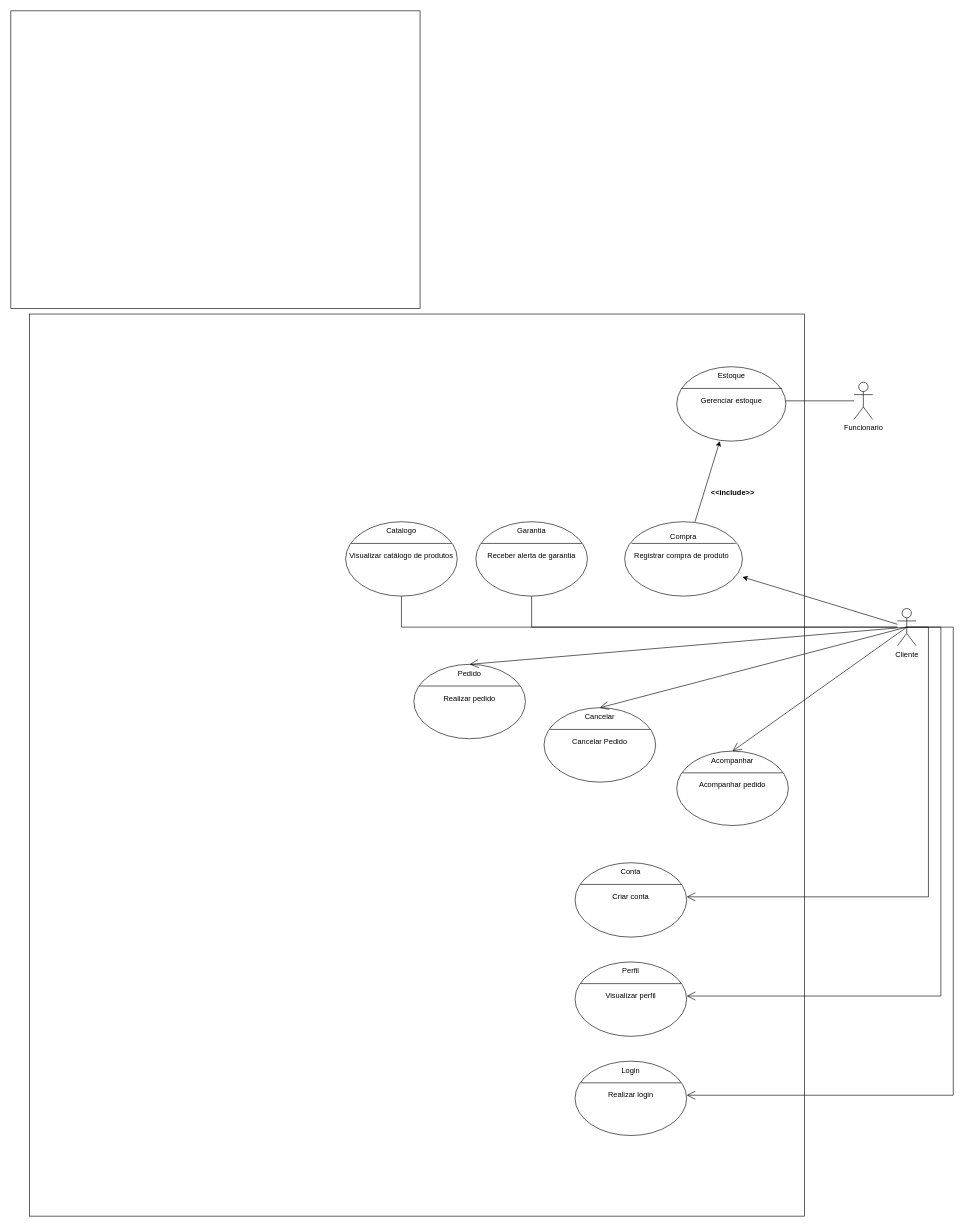
The draw.io diagram APS1.drawio in Seraphiimz/Diagrams, before the edit. Source tidied: cells renumbered, new cells numbered last; positions are measured from the earlier drawing's top-left corner, leaving out a move shared by most shapes. Both pictures are drawn from the tidied source at 62%, with x=0, y=0 at pixel (11, 11).
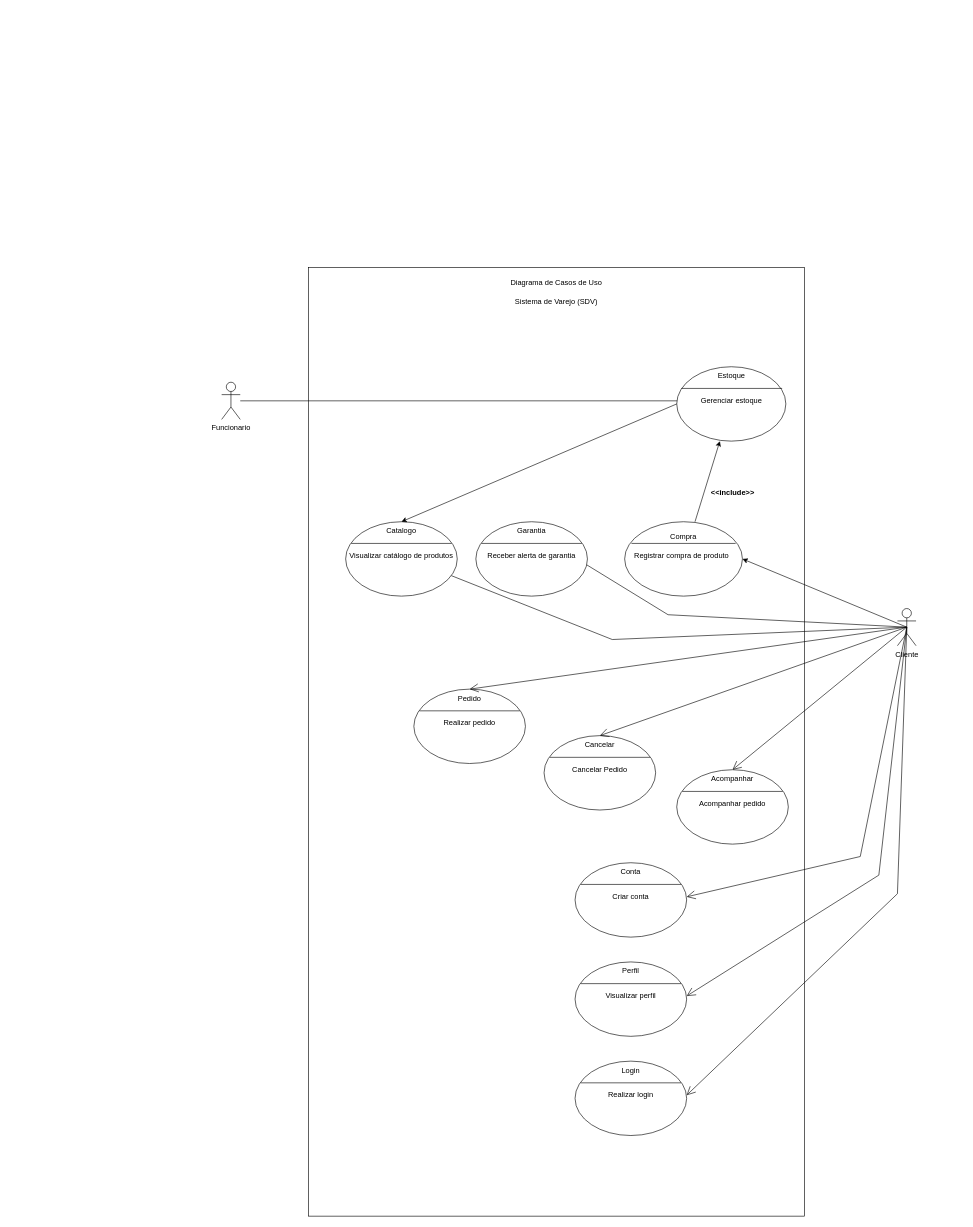
The same diagram, later.

The change refers to these unchanged cells:
```xml
<mxCell id="6" value="Cliente&lt;br&gt;" style="shape=umlActor;verticalLabelPosition=bottom;verticalAlign=top;html=1;" parent="1" vertex="1">
  <mxGeometry x="1430" y="964" width="30" height="60" as="geometry" />
</mxCell>
<mxCell id="9" style="shape=ellipse;horizontal=1;html=1;dashed=0;" parent="1" vertex="1">
  <mxGeometry x="1074" y="574" width="176" height="120" as="geometry" />
</mxCell>
<mxCell id="14" value="Catalogo" style="html=1;strokeColor=none;fillColor=none;align=center;verticalAlign=middle;whiteSpace=wrap;" parent="13" vertex="1">
  <mxGeometry width="180" height="30" as="geometry" />
</mxCell>
<mxCell id="16" value="Visualizar catálogo de produtos" style="text;html=1;align=center;verticalAlign=middle;fillColor=none;strokeColor=none;whiteSpace=wrap;" parent="13" vertex="1">
  <mxGeometry y="40" width="180" height="30" as="geometry" />
</mxCell>
<mxCell id="18" value="Garantia" style="html=1;strokeColor=none;fillColor=none;align=center;verticalAlign=middle;whiteSpace=wrap;" parent="17" vertex="1">
  <mxGeometry width="180" height="30" as="geometry" />
</mxCell>
<mxCell id="21" style="shape=ellipse;horizontal=1;html=1;dashed=0;" parent="1" vertex="1">
  <mxGeometry x="990" y="824" width="190" height="120" as="geometry" />
</mxCell>
<mxCell id="41" value="Criar conta" style="text;html=1;align=center;verticalAlign=middle;fillColor=none;strokeColor=none;whiteSpace=wrap;" parent="38" vertex="1">
  <mxGeometry y="40" width="180" height="30" as="geometry" />
</mxCell>
<mxCell id="45" value="Realizar login" style="text;html=1;align=center;verticalAlign=middle;fillColor=none;strokeColor=none;whiteSpace=wrap;" parent="42" vertex="1">
  <mxGeometry y="40" width="180" height="30" as="geometry" />
</mxCell>
<mxCell id="49" value="Visualizar perfil" style="text;html=1;align=center;verticalAlign=middle;fillColor=none;strokeColor=none;whiteSpace=wrap;" parent="46" vertex="1">
  <mxGeometry y="40" width="180" height="30" as="geometry" />
</mxCell>
```

Change to the diagram source:
```diff
@@
     <mxCell id="2" style="rounded=0;whiteSpace=wrap;html=1;" parent="1" vertex="1">
-      <mxGeometry x="30" y="489" width="1250" height="1455" as="geometry" />
+      <mxGeometry x="480" y="414" width="800" height="1530" as="geometry" />
     </mxCell>
-    <mxCell id="3" style="rounded=0;jettySize=auto;html=1;" parent="1" edge="1" source="6" target="21">
+    <mxCell id="3" style="rounded=0;jettySize=auto;html=1;exitX=0.5;exitY=0.5;exitDx=0;exitDy=0;exitPerimeter=0;entryX=1;entryY=0.5;entryDx=0;entryDy=0;" parent="1" edge="1" source="6" target="21">
       <mxGeometry relative="1" as="geometry" />
     </mxCell>
-    <mxCell id="4" style="edgeStyle=orthogonalEdgeStyle;rounded=0;jettySize=auto;html=1;" parent="1" edge="1" source="6" target="16">
-      <mxGeometry relative="1" as="geometry" />
+    <mxCell id="4" style="rounded=0;jettySize=auto;html=1;exitX=0.5;exitY=0.5;exitDx=0;exitDy=0;exitPerimeter=0;" parent="1" edge="1" source="6" target="16">
+      <mxGeometry relative="1" as="geometry">
+        <Array as="points">
+          <mxPoint x="970" y="1014" />
+        </Array>
+      </mxGeometry>
     </mxCell>
-    <mxCell id="5" style="edgeStyle=orthogonalEdgeStyle;rounded=0;jettySize=auto;html=1;" parent="1" edge="1" source="6" target="18">
-      <mxGeometry relative="1" as="geometry" />
+    <mxCell id="5" style="rounded=0;jettySize=auto;html=1;exitX=0.5;exitY=0.5;exitDx=0;exitDy=0;exitPerimeter=0;" parent="1" edge="1" source="6" target="18">
+      <mxGeometry relative="1" as="geometry">
+        <Array as="points">
+          <mxPoint x="1060" y="974" />
+        </Array>
+      </mxGeometry>
     </mxCell>
@@
     <mxCell id="8" value="Funcionario" style="shape=umlActor;verticalLabelPosition=bottom;verticalAlign=top;html=1;" parent="1" vertex="1">
-      <mxGeometry x="1360" y="599" width="30" height="60" as="geometry" />
+      <mxGeometry x="340" y="599" width="30" height="60" as="geometry" />
     </mxCell>
@@
-    <mxCell id="25" style="rounded=0;whiteSpace=wrap;html=1;" parent="1" vertex="1">
-      <mxGeometry width="660" height="480" as="geometry" />
-    </mxCell>
     <mxCell id="26" style="shape=ellipse;horizontal=1;html=1;dashed=0;" parent="1" vertex="1">
-      <mxGeometry x="650" y="1054" width="180" height="120" as="geometry" />
+      <mxGeometry x="650" y="1094" width="180" height="120" as="geometry" />
     </mxCell>
@@
     <mxCell id="30" style="shape=ellipse;horizontal=1;html=1;dashed=0;" parent="1" vertex="1">
-      <mxGeometry x="860" y="1124" width="180" height="120" as="geometry" />
+      <mxGeometry x="860" y="1169" width="180" height="120" as="geometry" />
     </mxCell>
@@
     <mxCell id="34" style="shape=ellipse;horizontal=1;html=1;dashed=0;" parent="1" vertex="1">
-      <mxGeometry x="1074" y="1194" width="180" height="120" as="geometry" />
+      <mxGeometry x="1074" y="1224" width="180" height="120" as="geometry" />
     </mxCell>
@@
-    <mxCell id="55" style="endArrow=open;endFill=1;endSize=12;html=1;rounded=0;exitX=0.5;exitY=0.5;exitDx=0;exitDy=0;exitPerimeter=0;entryX=1;entryY=0.5;entryDx=0;entryDy=0;edgeStyle=orthogonalEdgeStyle;" parent="1" edge="1" source="6" target="41">
+    <mxCell id="55" style="endArrow=open;endFill=1;endSize=12;html=1;rounded=0;exitX=0.5;exitY=0.5;exitDx=0;exitDy=0;exitPerimeter=0;entryX=1;entryY=0.5;entryDx=0;entryDy=0;" parent="1" edge="1" source="6" target="41">
       <mxGeometry relative="1" as="geometry">
         <Array as="points">
-          <mxPoint x="1480" y="994" />
-          <mxPoint x="1480" y="1429" />
+          <mxPoint x="1370" y="1364" />
         </Array>
       </mxGeometry>
     </mxCell>
-    <mxCell id="56" style="endArrow=open;endFill=1;endSize=12;html=1;rounded=0;exitX=0.5;exitY=0.5;exitDx=0;exitDy=0;exitPerimeter=0;entryX=1;entryY=0.5;entryDx=0;entryDy=0;edgeStyle=orthogonalEdgeStyle;" parent="1" edge="1" source="6" target="49">
+    <mxCell id="56" style="endArrow=open;endFill=1;endSize=12;html=1;rounded=0;exitX=0.5;exitY=0.5;exitDx=0;exitDy=0;exitPerimeter=0;entryX=1;entryY=0.5;entryDx=0;entryDy=0;" parent="1" edge="1" source="6" target="49">
       <mxGeometry relative="1" as="geometry">
         <Array as="points">
-          <mxPoint x="1500" y="994" />
-          <mxPoint x="1500" y="1589" />
+          <mxPoint x="1400" y="1394" />
         </Array>
       </mxGeometry>
     </mxCell>
-    <mxCell id="57" style="endArrow=open;endFill=1;endSize=12;html=1;rounded=0;exitX=0.5;exitY=0.5;exitDx=0;exitDy=0;exitPerimeter=0;entryX=1;entryY=0.5;entryDx=0;entryDy=0;edgeStyle=orthogonalEdgeStyle;" parent="1" edge="1" source="6" target="45">
+    <mxCell id="57" style="endArrow=open;endFill=1;endSize=12;html=1;rounded=0;exitX=0.5;exitY=0.5;exitDx=0;exitDy=0;exitPerimeter=0;entryX=1;entryY=0.5;entryDx=0;entryDy=0;" parent="1" edge="1" source="6" target="45">
       <mxGeometry relative="1" as="geometry">
         <Array as="points">
-          <mxPoint x="1520" y="994" />
-          <mxPoint x="1520" y="1749" />
+          <mxPoint x="1430" y="1424" />
         </Array>
       </mxGeometry>
     </mxCell>
+    <mxCell id="58" style="endArrow=classic;html=1;rounded=0;entryX=0.5;entryY=0;entryDx=0;entryDy=0;exitX=0;exitY=0.5;exitDx=0;exitDy=0;" parent="1" edge="1" source="9" target="14">
+      <mxGeometry relative="1" as="geometry" />
+    </mxCell>
+    <mxCell id="59" value="Diagrama de Casos de Uso" style="text;html=1;strokeColor=none;fillColor=none;align=center;verticalAlign=middle;whiteSpace=wrap;rounded=0;" parent="1" vertex="1">
+      <mxGeometry x="760" y="424" width="240" height="30" as="geometry" />
+    </mxCell>
+    <mxCell id="60" value="Sistema de Varejo (SDV)" style="text;html=1;strokeColor=none;fillColor=none;align=center;verticalAlign=middle;whiteSpace=wrap;rounded=0;" parent="1" vertex="1">
+      <mxGeometry x="795" y="454" width="170" height="30" as="geometry" />
+    </mxCell>
```
